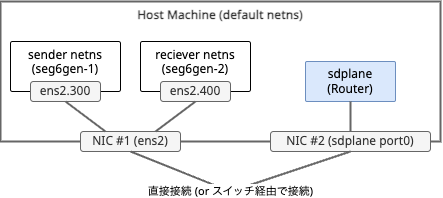
The draw.io diagram tools/srv6-pktgen/topology.dio.png in kait-cronos/sdplane-oss, before a commit. Source tidied: cells renumbered, new cells last; positions are measured from the earlier drawing's top-left corner, leaving out a move shared by most shapes. Its diagram source:
```xml
<mxGraphModel>
  <root>
    <mxCell id="0" />
    <mxCell id="1" parent="0" />
    <mxCell id="2" value="Host Machine (default netns)" style="rounded=0;whiteSpace=wrap;html=1;fontFamily=Noto Sans;fontSource=https%3A%2F%2Ffonts.googleapis.com%2Fcss%3Ffamily%3DNoto%2BSans;fillColor=default;fontColor=#333333;strokeColor=#666666;strokeWidth=2;verticalAlign=top;fontStyle=1;" parent="1" vertex="1">
      <mxGeometry width="440" height="140" as="geometry" />
    </mxCell>
    <mxCell id="3" value="NIC #1 (ens2)" style="rounded=1;whiteSpace=wrap;html=1;fillColor=#f5f5f5;fontColor=#333333;strokeColor=#666666;fontFamily=Noto Sans;fontSource=https%3A%2F%2Ffonts.googleapis.com%2Fcss%3Ffamily%3DNoto%2BSans;" parent="1" vertex="1">
      <mxGeometry x="80" y="130" width="100" height="20" as="geometry" />
    </mxCell>
    <mxCell id="4" value="&lt;font face=&quot;Noto Sans&quot;&gt;sender netns&lt;/font&gt;&lt;div&gt;&lt;font face=&quot;Noto Sans&quot;&gt;(seg6gen-1)&lt;/font&gt;&lt;/div&gt;" style="rounded=1;whiteSpace=wrap;html=1;arcSize=4;verticalAlign=top;" parent="1" vertex="1">
      <mxGeometry x="10" y="40" width="110" height="50" as="geometry" />
    </mxCell>
    <mxCell id="5" value="&lt;font face=&quot;Noto Sans&quot;&gt;reciever netns&lt;/font&gt;&lt;div&gt;&lt;font face=&quot;Noto Sans&quot;&gt;(seg6gen-2)&lt;/font&gt;&lt;/div&gt;" style="rounded=1;whiteSpace=wrap;html=1;arcSize=4;verticalAlign=top;" parent="1" vertex="1">
      <mxGeometry x="140" y="40" width="110" height="50" as="geometry" />
    </mxCell>
    <mxCell id="6" value="ens2.300" style="rounded=1;whiteSpace=wrap;html=1;fillColor=#f5f5f5;fontColor=#333333;strokeColor=#666666;fontFamily=Noto Sans;fontSource=https%3A%2F%2Ffonts.googleapis.com%2Fcss%3Ffamily%3DNoto%2BSans;" parent="1" vertex="1">
      <mxGeometry x="30" y="80" width="70" height="20" as="geometry" />
    </mxCell>
    <mxCell id="7" value="ens2.400" style="rounded=1;whiteSpace=wrap;html=1;fillColor=#f5f5f5;fontColor=#333333;strokeColor=#666666;fontFamily=Noto Sans;fontSource=https%3A%2F%2Ffonts.googleapis.com%2Fcss%3Ffamily%3DNoto%2BSans;" parent="1" vertex="1">
      <mxGeometry x="160" y="80" width="70" height="20" as="geometry" />
    </mxCell>
    <mxCell id="8" value="NIC #2 (sdplane port0)" style="rounded=1;whiteSpace=wrap;html=1;fillColor=#f5f5f5;fontColor=#333333;strokeColor=#666666;fontFamily=Noto Sans;fontSource=https%3A%2F%2Ffonts.googleapis.com%2Fcss%3Ffamily%3DNoto%2BSans;" parent="1" vertex="1">
      <mxGeometry x="270" y="130" width="160" height="20" as="geometry" />
    </mxCell>
    <mxCell id="9" value="&lt;font face=&quot;Noto Sans&quot;&gt;直接接続 (or スイッチ経由で接続)&lt;/font&gt;" style="endArrow=none;html=1;entryX=0.5;entryY=1;entryDx=0;entryDy=0;exitX=0.5;exitY=1;exitDx=0;exitDy=0;fillColor=#f5f5f5;strokeColor=#666666;strokeWidth=2;" parent="1" edge="1" source="3" target="8">
      <mxGeometry x="-0.08" relative="1" as="geometry">
        <Array as="points">
          <mxPoint x="230" y="190" />
        </Array>
      </mxGeometry>
    </mxCell>
    <mxCell id="10" style="endArrow=none;html=1;entryX=0.5;entryY=1;entryDx=0;entryDy=0;exitX=0.75;exitY=0;exitDx=0;exitDy=0;fillColor=#f5f5f5;strokeColor=#666666;strokeWidth=2;" parent="1" edge="1" source="3" target="7">
      <mxGeometry relative="1" as="geometry" />
    </mxCell>
    <mxCell id="11" style="endArrow=none;html=1;entryX=0.5;entryY=1;entryDx=0;entryDy=0;exitX=0.25;exitY=0;exitDx=0;exitDy=0;fillColor=#f5f5f5;strokeColor=#666666;strokeWidth=2;" parent="1" edge="1" source="3" target="6">
      <mxGeometry relative="1" as="geometry" />
    </mxCell>
    <mxCell id="12" value="&lt;font face=&quot;Noto Sans&quot;&gt;sdplane&lt;/font&gt;&lt;div&gt;&lt;font face=&quot;Noto Sans&quot;&gt;(Router)&lt;/font&gt;&lt;/div&gt;" style="rounded=1;whiteSpace=wrap;html=1;fillColor=#dae8fc;strokeColor=#6c8ebf;arcSize=4;" parent="1" vertex="1">
      <mxGeometry x="305" y="60" width="90" height="40" as="geometry" />
    </mxCell>
    <mxCell id="13" style="endArrow=none;html=1;entryX=0.5;entryY=1;entryDx=0;entryDy=0;exitX=0.5;exitY=0;exitDx=0;exitDy=0;strokeWidth=2;fillColor=#f5f5f5;strokeColor=#666666;" parent="1" edge="1" source="8" target="12">
      <mxGeometry relative="1" as="geometry" />
    </mxCell>
  </root>
</mxGraphModel>
```
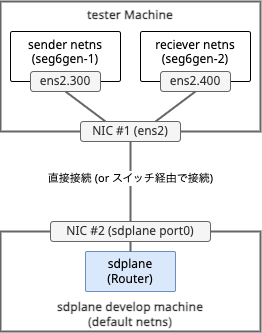
The same diagram one commit later.

Commit message:
[tools/srv6-pktgen] fix config typo and update reference topology

Change to the diagram source:
```diff
@@ -2,8 +2,11 @@
   <root>
     <mxCell id="0" />
     <mxCell id="1" parent="0" />
+    <mxCell id="14" value="sdplane develop machine&lt;div&gt;(default netns)&lt;/div&gt;" style="rounded=0;whiteSpace=wrap;html=1;fontFamily=Noto Sans;fontSource=https%3A%2F%2Ffonts.googleapis.com%2Fcss%3Ffamily%3DNoto%2BSans;fillColor=default;fontColor=#333333;strokeColor=#666666;strokeWidth=2;verticalAlign=bottom;fontStyle=1;" parent="1" vertex="1">
+      <mxGeometry y="240" width="260" height="100" as="geometry" />
+    </mxCell>
-    <mxCell id="2" value="Host Machine (default netns)" style="rounded=0;whiteSpace=wrap;html=1;fontFamily=Noto Sans;fontSource=https%3A%2F%2Ffonts.googleapis.com%2Fcss%3Ffamily%3DNoto%2BSans;fillColor=default;fontColor=#333333;strokeColor=#666666;strokeWidth=2;verticalAlign=top;fontStyle=1;" parent="1" vertex="1">
-      <mxGeometry width="440" height="140" as="geometry" />
+    <mxCell id="2" value="tester Machine" style="rounded=0;whiteSpace=wrap;html=1;fontFamily=Noto Sans;fontSource=https%3A%2F%2Ffonts.googleapis.com%2Fcss%3Ffamily%3DNoto%2BSans;fillColor=default;fontColor=#333333;strokeColor=#666666;strokeWidth=2;verticalAlign=top;fontStyle=1;" parent="1" vertex="1">
+      <mxGeometry y="10" width="260" height="130" as="geometry" />
     </mxCell>
     <mxCell id="3" value="NIC #1 (ens2)" style="rounded=1;whiteSpace=wrap;html=1;fillColor=#f5f5f5;fontColor=#333333;strokeColor=#666666;fontFamily=Noto Sans;fontSource=https%3A%2F%2Ffonts.googleapis.com%2Fcss%3Ffamily%3DNoto%2BSans;" parent="1" vertex="1">
       <mxGeometry x="80" y="130" width="100" height="20" as="geometry" />
@@ -21,14 +24,10 @@
       <mxGeometry x="160" y="80" width="70" height="20" as="geometry" />
     </mxCell>
     <mxCell id="8" value="NIC #2 (sdplane port0)" style="rounded=1;whiteSpace=wrap;html=1;fillColor=#f5f5f5;fontColor=#333333;strokeColor=#666666;fontFamily=Noto Sans;fontSource=https%3A%2F%2Ffonts.googleapis.com%2Fcss%3Ffamily%3DNoto%2BSans;" parent="1" vertex="1">
-      <mxGeometry x="270" y="130" width="160" height="20" as="geometry" />
+      <mxGeometry x="50" y="230" width="160" height="20" as="geometry" />
     </mxCell>
-    <mxCell id="9" value="&lt;font face=&quot;Noto Sans&quot;&gt;直接接続 (or スイッチ経由で接続)&lt;/font&gt;" style="endArrow=none;html=1;entryX=0.5;entryY=1;entryDx=0;entryDy=0;exitX=0.5;exitY=1;exitDx=0;exitDy=0;fillColor=#f5f5f5;strokeColor=#666666;strokeWidth=2;" parent="1" edge="1" source="3" target="8">
-      <mxGeometry x="-0.08" relative="1" as="geometry">
-        <Array as="points">
-          <mxPoint x="230" y="190" />
-        </Array>
-      </mxGeometry>
+    <mxCell id="9" value="&lt;font face=&quot;Noto Sans&quot;&gt;直接接続 (or スイッチ経由で接続)&lt;/font&gt;" style="endArrow=none;html=1;exitX=0.5;exitY=1;exitDx=0;exitDy=0;fillColor=#f5f5f5;strokeColor=#666666;strokeWidth=2;entryX=0.5;entryY=0;entryDx=0;entryDy=0;" parent="1" edge="1" source="3" target="8">
+      <mxGeometry x="-0.08" relative="1" as="geometry" />
     </mxCell>
     <mxCell id="10" style="endArrow=none;html=1;entryX=0.5;entryY=1;entryDx=0;entryDy=0;exitX=0.75;exitY=0;exitDx=0;exitDy=0;fillColor=#f5f5f5;strokeColor=#666666;strokeWidth=2;" parent="1" edge="1" source="3" target="7">
       <mxGeometry relative="1" as="geometry" />
@@ -37,9 +36,9 @@
       <mxGeometry relative="1" as="geometry" />
     </mxCell>
     <mxCell id="12" value="&lt;font face=&quot;Noto Sans&quot;&gt;sdplane&lt;/font&gt;&lt;div&gt;&lt;font face=&quot;Noto Sans&quot;&gt;(Router)&lt;/font&gt;&lt;/div&gt;" style="rounded=1;whiteSpace=wrap;html=1;fillColor=#dae8fc;strokeColor=#6c8ebf;arcSize=4;" parent="1" vertex="1">
-      <mxGeometry x="305" y="60" width="90" height="40" as="geometry" />
+      <mxGeometry x="85" y="260" width="90" height="40" as="geometry" />
     </mxCell>
-    <mxCell id="13" style="endArrow=none;html=1;entryX=0.5;entryY=1;entryDx=0;entryDy=0;exitX=0.5;exitY=0;exitDx=0;exitDy=0;strokeWidth=2;fillColor=#f5f5f5;strokeColor=#666666;" parent="1" edge="1" source="8" target="12">
+    <mxCell id="13" style="endArrow=none;html=1;entryX=0.5;entryY=0;entryDx=0;entryDy=0;exitX=0.5;exitY=1;exitDx=0;exitDy=0;strokeWidth=2;fillColor=#f5f5f5;strokeColor=#666666;" parent="1" edge="1" source="8" target="12">
       <mxGeometry relative="1" as="geometry" />
     </mxCell>
   </root>
```
